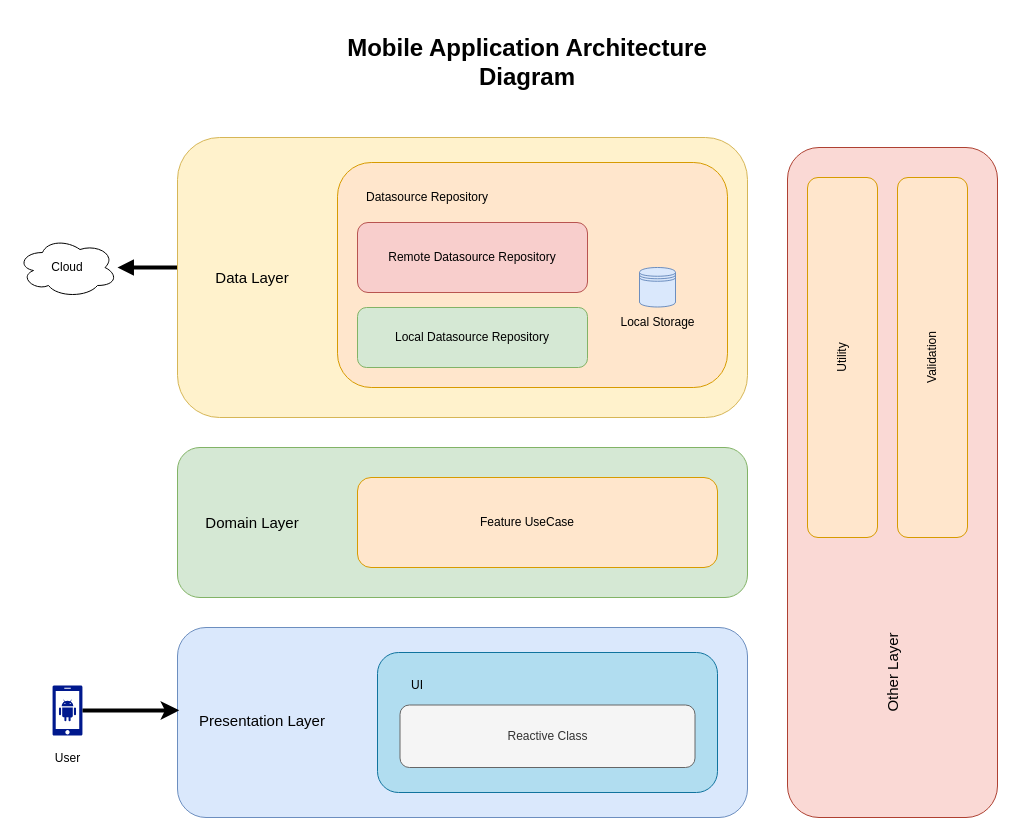
Earlier version of the draw.io diagram Best Practice/Application Architecture Diagram.drawio (fadlurahmanfdev/draw_io). Source tidied: cells renumbered, new cells numbered last; positions are measured from the earlier drawing's top-left corner, leaving out a move shared by most shapes. Both pictures are drawn from the tidied source at 100%, with x=0, y=0 at pixel (17, 47).
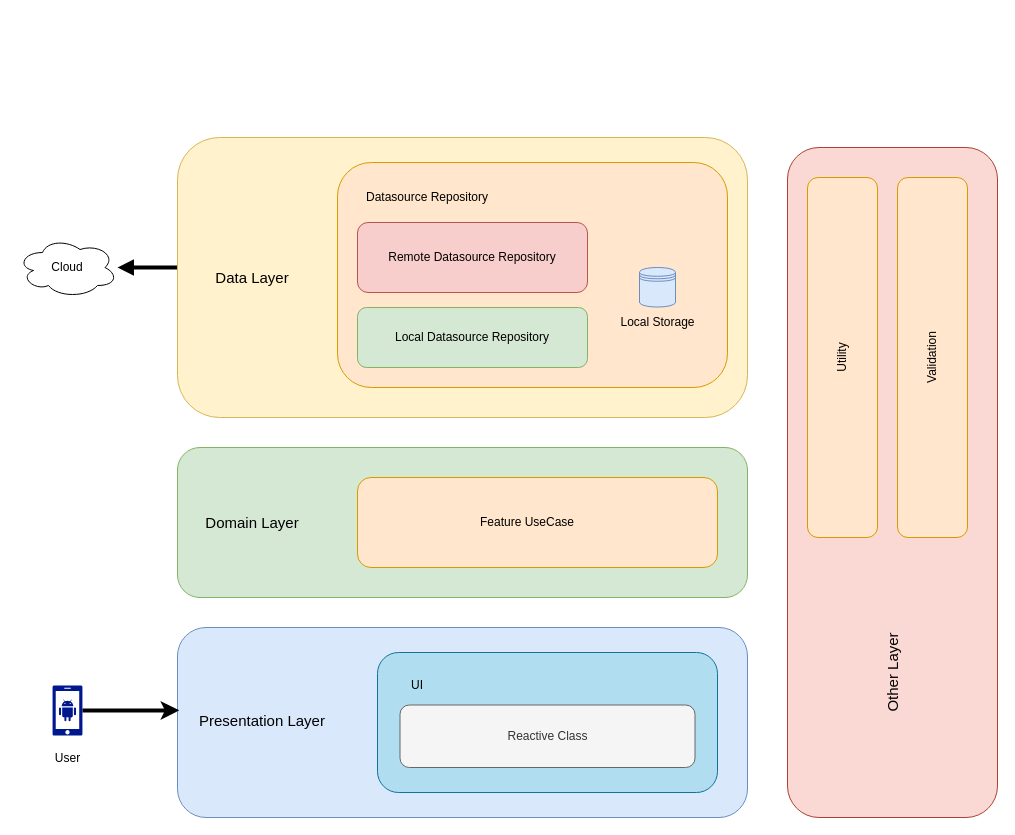
Above is the later version.

Diff of the diagram source:
```diff
@@
-    <mxCell id="34" value="&lt;h1&gt;Mobile Application Architecture Diagram&lt;/h1&gt;" style="text;html=1;align=center;verticalAlign=middle;whiteSpace=wrap;rounded=0;" parent="1" vertex="1">
-      <mxGeometry x="280" width="460" height="30" as="geometry" />
-    </mxCell>
```
